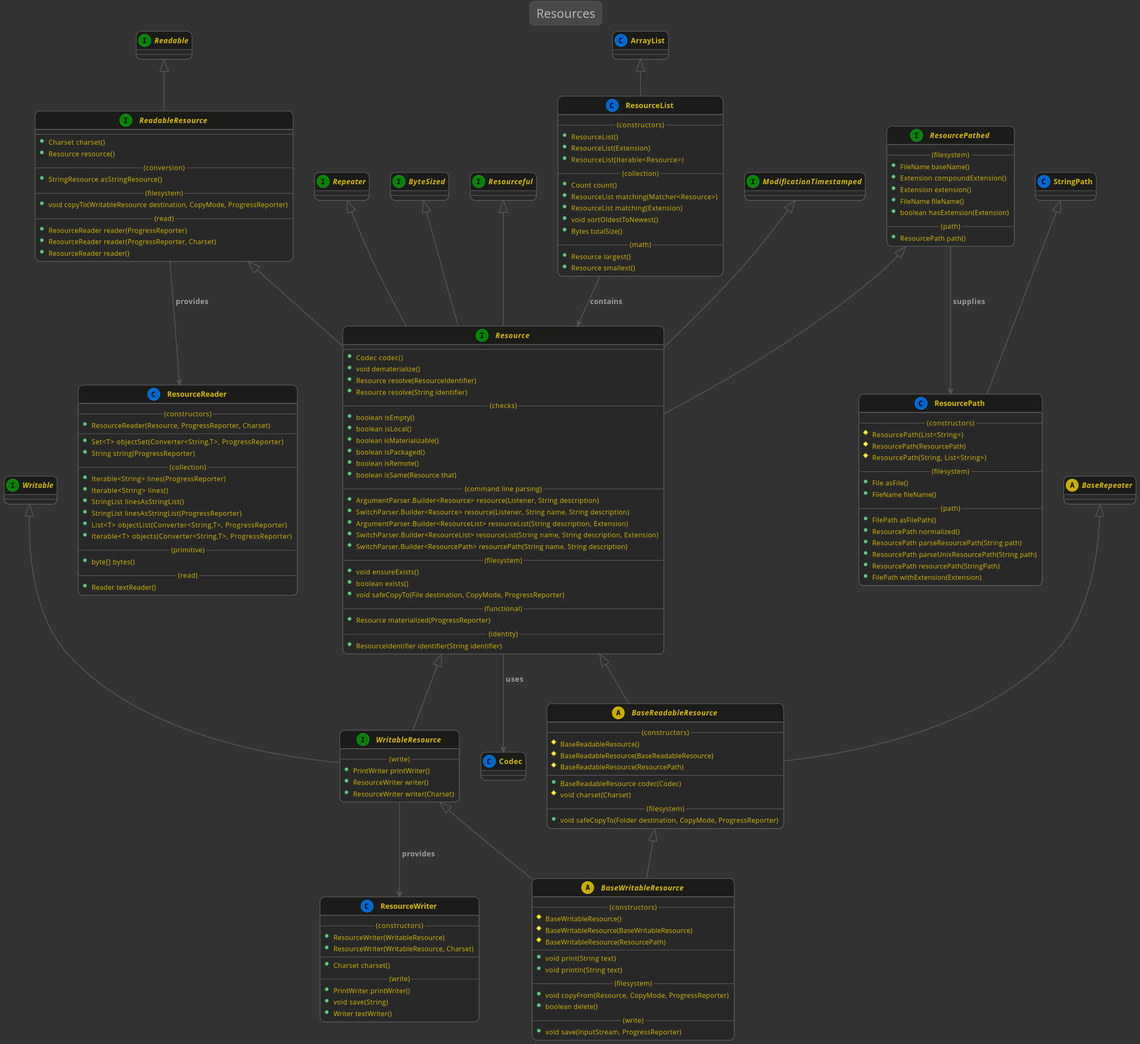
Earlier version of the PlantUML export kivakit-core/resource/documentation/diagrams/diagram-resource.svg (Telenav/kivakit).
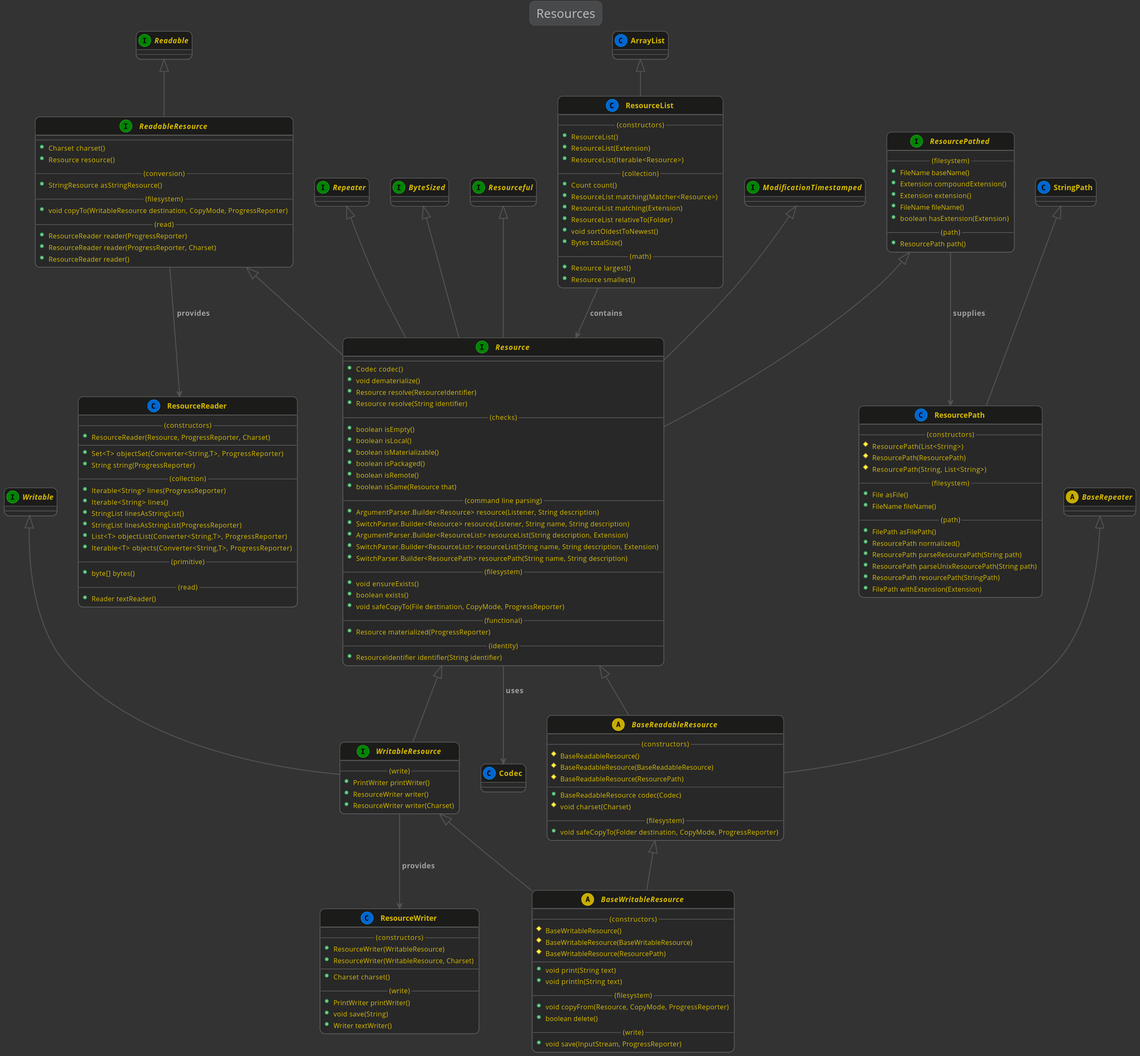
Above is the later version.

What changed in the source:
```diff
@@ -116,6 +116,7 @@
         +Count count()
         +ResourceList matching(Matcher<Resource>)
         +ResourceList matching(Extension)
+        +ResourceList relativeTo(Folder)
         +void sortOldestToNewest()
         +Bytes totalSize()
         --(math)--
```
